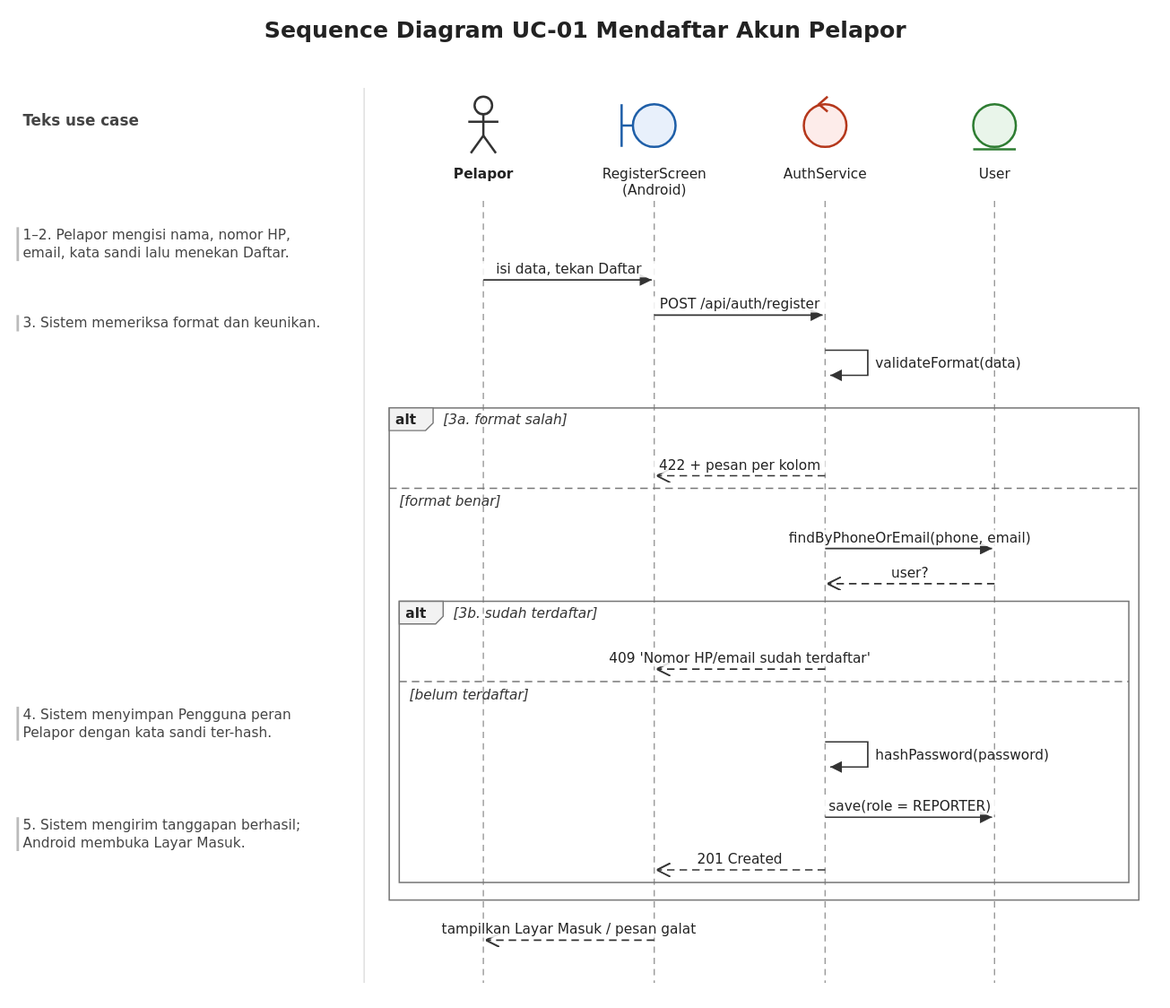
Earlier version of the PlantUML export specs/001-uc01-register-reporter/iconix/uc01-sequence.svg (wirapatigilang/laporapi-api-web). Its source is kept beside it as specs/001-uc01-register-reporter/iconix/uc01-sequence.puml.
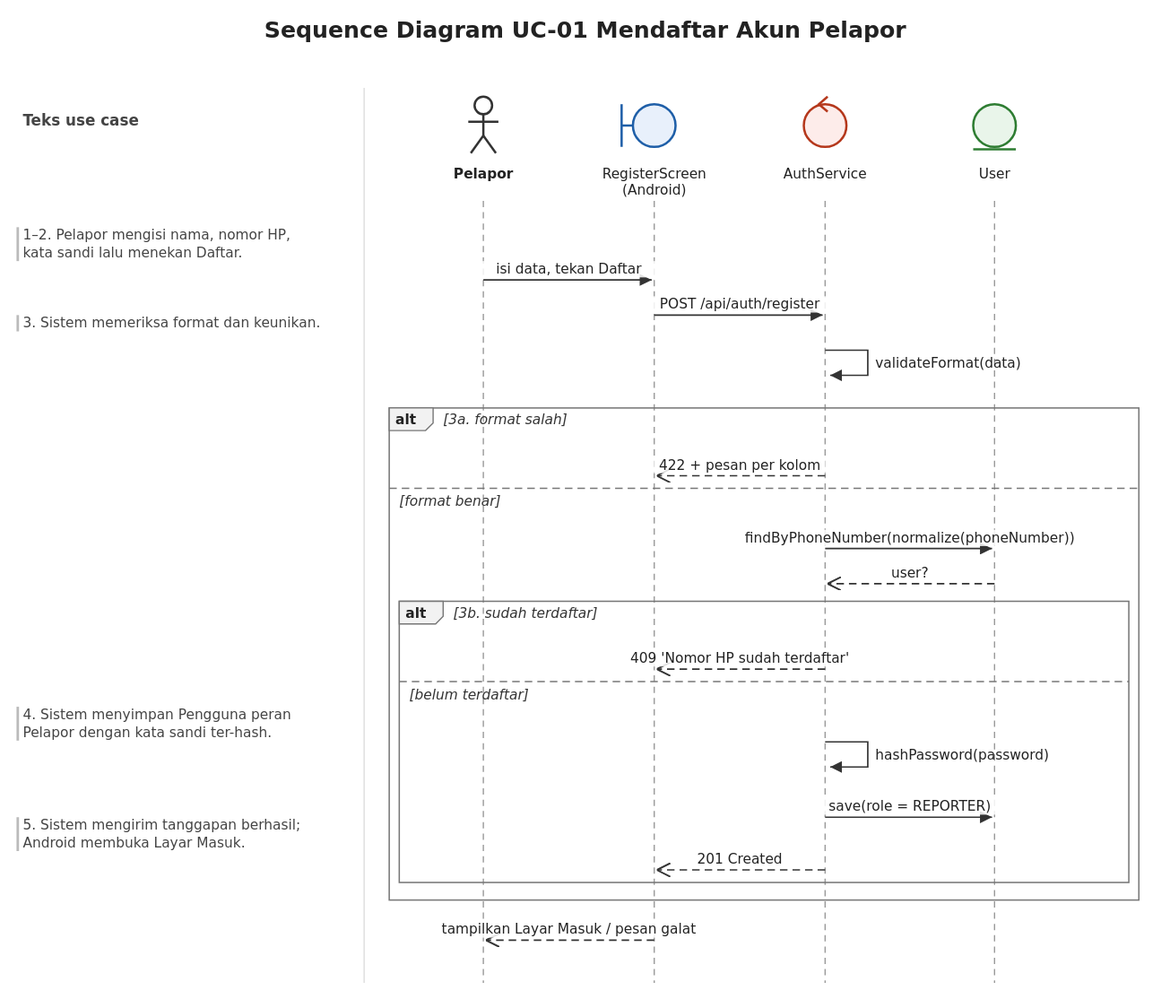
Above is the later version.

Commit message:
Diagram robustness dan sequence UC-01/UC-02 dirender ulang tanpa email

What changed in the source:
```diff
@@ -13,7 +13,7 @@
 alt 3a. format salah
 auth --> lyr : 422 + pesan per kolom
 else format benar
-auth -> png : findByPhoneNumber(phone)
+auth -> png : findByPhoneNumber(normalize(phoneNumber))
 png --> auth : user?
 alt 3b. sudah terdaftar
 auth --> lyr : 409 'Nomor HP sudah terdaftar'
```
